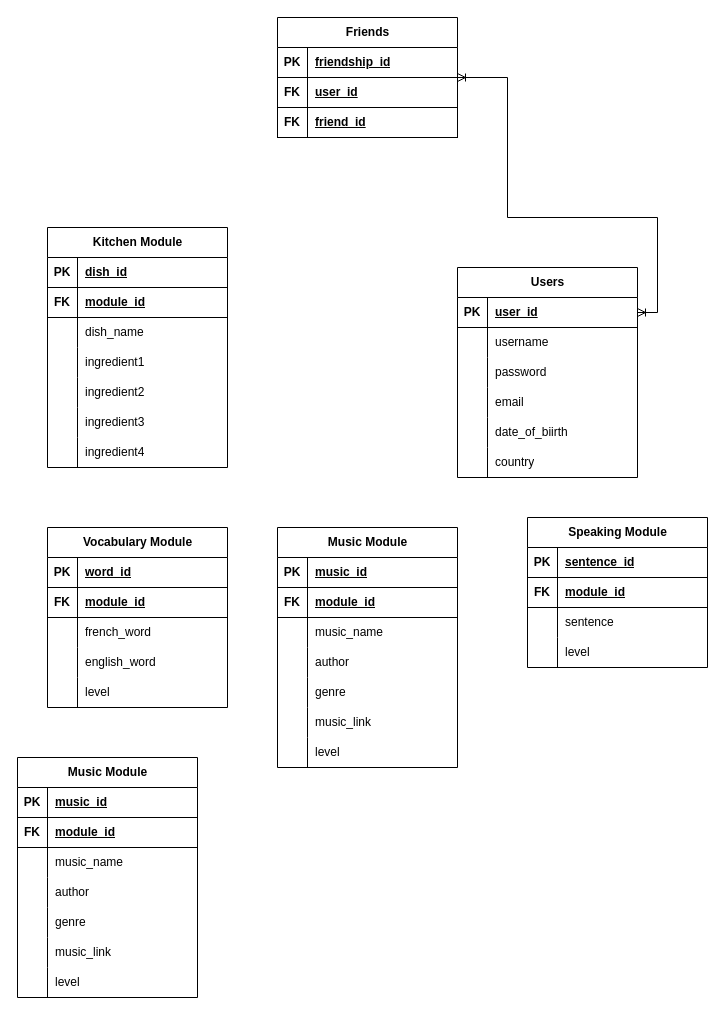
This is Untitled Diagram.drawio from bacholabadze/FrenchChallenges, a draw.io file, before an edit. Source tidied: cells renumbered, new cells numbered last; positions are measured from the earlier drawing's top-left corner, leaving out a move shared by most shapes. Both pictures are drawn from the tidied source at 100%, with x=0, y=0 at pixel (17, 17).
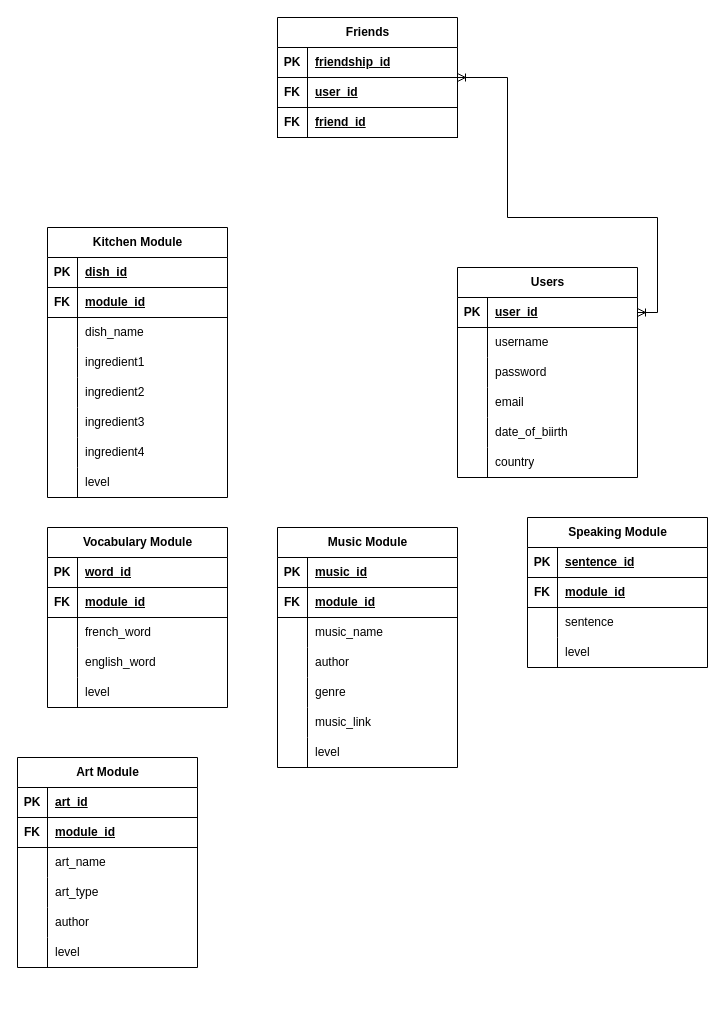
The same diagram, later.

Unchanged cells that the change refers to:
```xml
<mxCell id="33" style="group;" parent="1" vertex="1">
  <mxGeometry x="30" y="210" width="180" height="160" as="geometry" />
</mxCell>
<mxCell id="108" style="shape=tableRow;horizontal=0;startSize=0;swimlaneHead=0;swimlaneBody=0;fillColor=none;top=0;left=0;right=0;bottom=1;" parent="107" vertex="1">
  <mxGeometry y="30" width="180" height="30" as="geometry" />
</mxCell>
<mxCell id="114" style="shape=tableRow;horizontal=0;startSize=0;swimlaneHead=0;swimlaneBody=0;fillColor=none;top=0;left=0;right=0;bottom=0;" parent="107" vertex="1">
  <mxGeometry y="90" width="180" height="30" as="geometry" />
</mxCell>
<mxCell id="117" style="shape=tableRow;horizontal=0;startSize=0;swimlaneHead=0;swimlaneBody=0;fillColor=none;top=0;left=0;right=0;bottom=0;" parent="107" vertex="1">
  <mxGeometry y="120" width="180" height="30" as="geometry" />
</mxCell>
<mxCell id="120" style="shape=tableRow;horizontal=0;startSize=0;swimlaneHead=0;swimlaneBody=0;fillColor=none;top=0;left=0;right=0;bottom=0;" parent="107" vertex="1">
  <mxGeometry y="150" width="180" height="30" as="geometry" />
</mxCell>
```

Change to the diagram source:
```diff
@@
     <mxCell id="34" value="Kitchen Module" style="shape=table;startSize=30;childLayout=tableLayout;rowLines=0;fontStyle=1;align=center;html=1;" parent="33" vertex="1">
-      <mxGeometry width="180" height="240" as="geometry" />
+      <mxGeometry width="180" height="270" as="geometry" />
     </mxCell>
@@
+    <mxCell id="129" style="shape=tableRow;horizontal=0;startSize=0;swimlaneHead=0;swimlaneBody=0;fillColor=none;top=0;left=0;right=0;bottom=0;" parent="34" vertex="1">
+      <mxGeometry y="240" width="180" height="30" as="geometry" />
+    </mxCell>
+    <mxCell id="124" style="shape=partialRectangle;fillColor=none;top=0;left=0;bottom=0;right=0;overflow=hidden;whiteSpace=wrap;html=1;" parent="129" vertex="1">
+      <mxGeometry width="30" height="30" as="geometry" />
+    </mxCell>
+    <mxCell id="130" value="level" style="shape=partialRectangle;fillColor=none;top=0;left=0;bottom=0;right=0;align=left;spacingLeft=6;overflow=hidden;whiteSpace=wrap;html=1;" parent="129" vertex="1">
+      <mxGeometry x="30" width="150" height="30" as="geometry" />
+    </mxCell>
@@
-    <mxCell id="107" value="Music Module" style="shape=table;startSize=30;childLayout=tableLayout;rowLines=0;fontStyle=1;align=center;html=1;" parent="1" vertex="1">
-      <mxGeometry y="740" width="180" height="240" as="geometry" />
+    <mxCell id="107" value="Art Module" style="shape=table;startSize=30;childLayout=tableLayout;rowLines=0;fontStyle=1;align=center;html=1;" parent="1" vertex="1">
+      <mxGeometry y="740" width="180" height="210" as="geometry" />
     </mxCell>
@@
-    <mxCell id="110" value="music_id" style="shape=partialRectangle;fillColor=none;top=0;left=0;bottom=0;right=0;align=left;spacingLeft=6;fontStyle=5;overflow=hidden;whiteSpace=wrap;html=1;" parent="108" vertex="1">
+    <mxCell id="110" value="art_id" style="shape=partialRectangle;fillColor=none;top=0;left=0;bottom=0;right=0;align=left;spacingLeft=6;fontStyle=5;overflow=hidden;whiteSpace=wrap;html=1;" parent="108" vertex="1">
       <mxGeometry x="30" width="150" height="30" as="geometry" />
     </mxCell>
@@
-    <mxCell id="116" value="music_name" style="shape=partialRectangle;fillColor=none;top=0;left=0;bottom=0;right=0;align=left;spacingLeft=6;overflow=hidden;whiteSpace=wrap;html=1;" parent="114" vertex="1">
+    <mxCell id="116" value="art_name" style="shape=partialRectangle;fillColor=none;top=0;left=0;bottom=0;right=0;align=left;spacingLeft=6;overflow=hidden;whiteSpace=wrap;html=1;" parent="114" vertex="1">
       <mxGeometry x="30" width="150" height="30" as="geometry" />
     </mxCell>
@@
-    <mxCell id="119" value="author" style="shape=partialRectangle;fillColor=none;top=0;left=0;bottom=0;right=0;align=left;spacingLeft=6;overflow=hidden;whiteSpace=wrap;html=1;" parent="117" vertex="1">
+    <mxCell id="119" value="art_type" style="shape=partialRectangle;fillColor=none;top=0;left=0;bottom=0;right=0;align=left;spacingLeft=6;overflow=hidden;whiteSpace=wrap;html=1;" parent="117" vertex="1">
       <mxGeometry x="30" width="150" height="30" as="geometry" />
     </mxCell>
@@
-    <mxCell id="122" value="genre" style="shape=partialRectangle;fillColor=none;top=0;left=0;bottom=0;right=0;align=left;spacingLeft=6;overflow=hidden;whiteSpace=wrap;html=1;" parent="120" vertex="1">
+    <mxCell id="122" value="author" style="shape=partialRectangle;fillColor=none;top=0;left=0;bottom=0;right=0;align=left;spacingLeft=6;overflow=hidden;whiteSpace=wrap;html=1;" parent="120" vertex="1">
       <mxGeometry x="30" width="150" height="30" as="geometry" />
     </mxCell>
-    <mxCell id="123" style="shape=tableRow;horizontal=0;startSize=0;swimlaneHead=0;swimlaneBody=0;fillColor=none;top=0;left=0;right=0;bottom=0;" parent="107" vertex="1">
-      <mxGeometry y="180" width="180" height="30" as="geometry" />
-    </mxCell>
-    <mxCell id="124" style="shape=partialRectangle;fillColor=none;top=0;left=0;bottom=0;right=0;overflow=hidden;whiteSpace=wrap;html=1;" parent="123" vertex="1">
-      <mxGeometry width="30" height="30" as="geometry" />
-    </mxCell>
-    <mxCell id="125" value="music_link" style="shape=partialRectangle;fillColor=none;top=0;left=0;bottom=0;right=0;align=left;spacingLeft=6;overflow=hidden;whiteSpace=wrap;html=1;" parent="123" vertex="1">
-      <mxGeometry x="30" width="150" height="30" as="geometry" />
-    </mxCell>
     <mxCell id="126" style="shape=tableRow;horizontal=0;startSize=0;swimlaneHead=0;swimlaneBody=0;fillColor=none;top=0;left=0;right=0;bottom=0;" parent="107" vertex="1">
-      <mxGeometry y="210" width="180" height="30" as="geometry" />
+      <mxGeometry y="180" width="180" height="30" as="geometry" />
     </mxCell>
```
